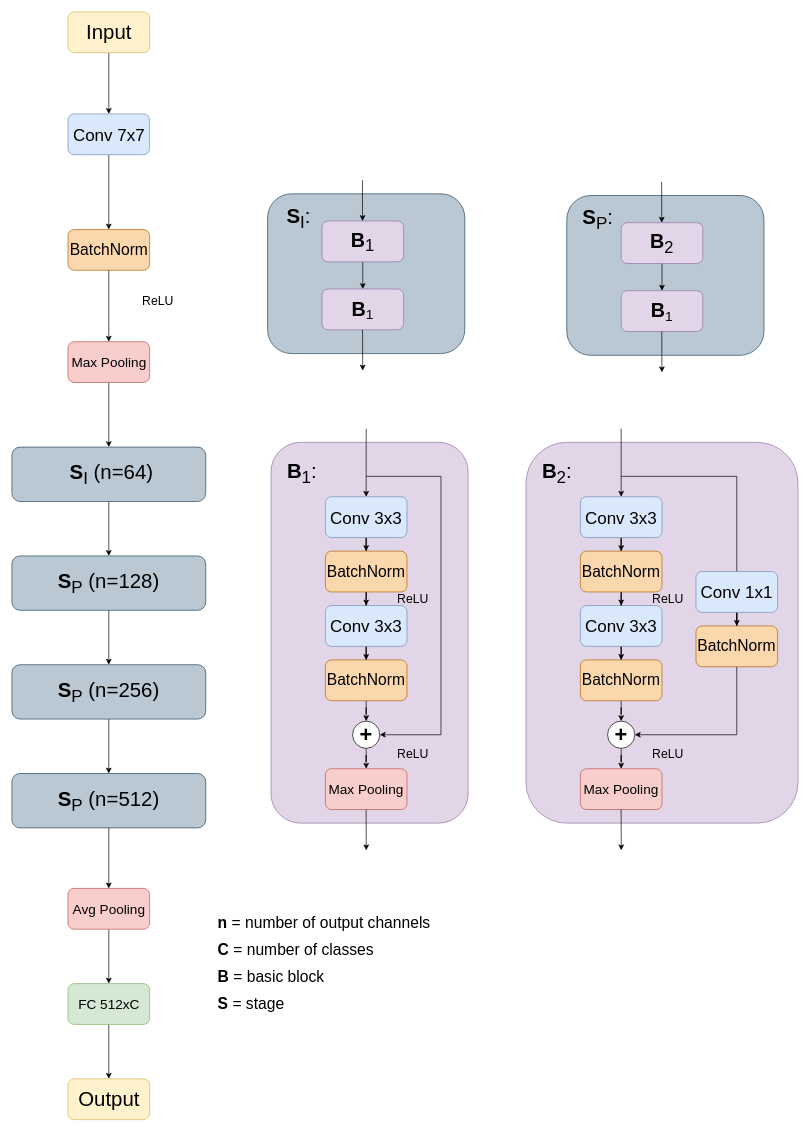
Above: page "ResNet18" (7 of 9) of chapter_dlo/assets/dlo_schemes_drawio.drawio in N0ciple/latex-these (draw.io), before the change. Source tidied: cells renumbered, new cells numbered last; positions are measured from the earlier drawing's top-left corner, leaving out a move shared by most shapes. Both pictures are drawn from the tidied source at 68%, with x=0, y=0 at pixel (12, 12).
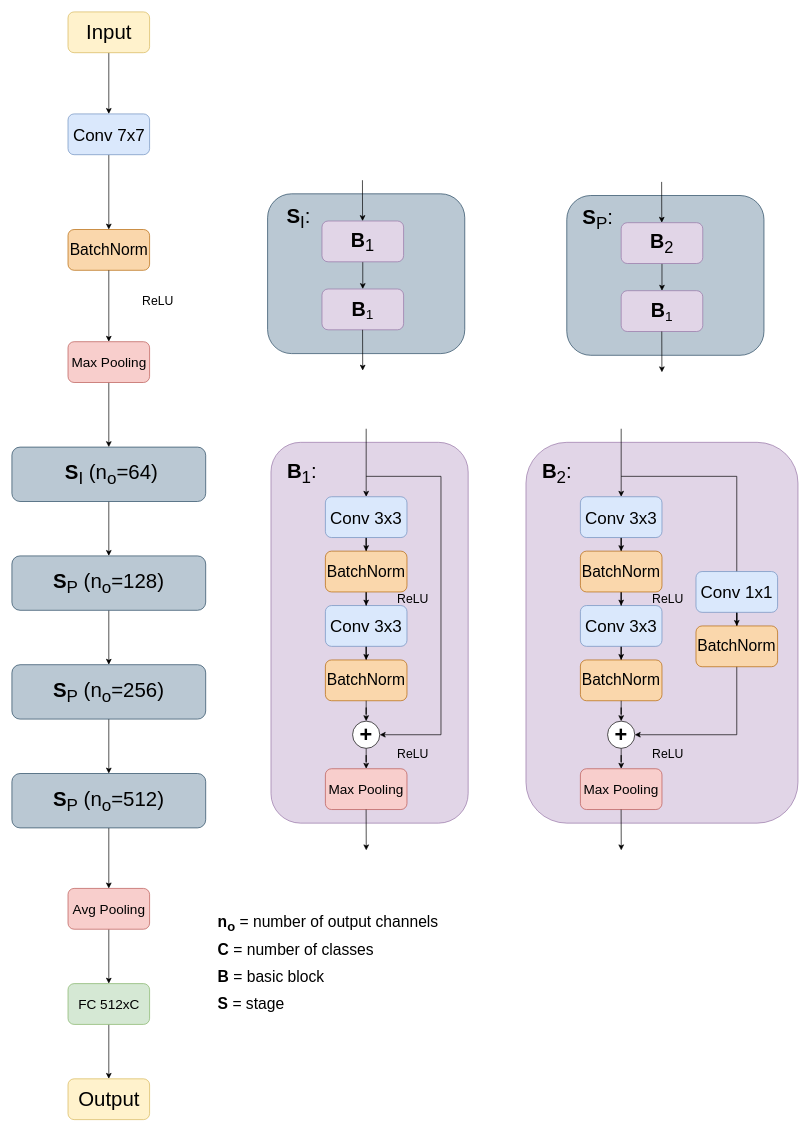
Above is the later version.

Commit message (it also covers changes not shown here):
update scheme notations (n_o=number of channels)

What changed in the source:
```diff
@@
-    <mxCell id="28" value="&lt;font style=&quot;&quot;&gt;&lt;span style=&quot;font-size: 30px;&quot;&gt;&lt;b&gt;&amp;nbsp;S&lt;/b&gt;&lt;sub&gt;I&lt;/sub&gt;&lt;b&gt;&amp;nbsp;&lt;/b&gt;(n=64)&lt;/span&gt;&lt;/font&gt;" style="rounded=1;whiteSpace=wrap;html=1;fillColor=#bac8d3;strokeColor=#23445d;" parent="1" vertex="1">
+    <mxCell id="28" value="&lt;font style=&quot;&quot;&gt;&lt;span style=&quot;font-size: 30px;&quot;&gt;&lt;b&gt;&amp;nbsp;S&lt;/b&gt;&lt;sub&gt;I&lt;/sub&gt;&lt;b&gt;&amp;nbsp;&lt;/b&gt;(n&lt;sub&gt;o&lt;/sub&gt;=64)&lt;/span&gt;&lt;/font&gt;" style="rounded=1;whiteSpace=wrap;html=1;fillColor=#bac8d3;strokeColor=#23445d;" parent="1" vertex="1">
       <mxGeometry y="640" width="285" height="80" as="geometry" />
     </mxCell>
@@
-    <mxCell id="30" value="&lt;font style=&quot;&quot;&gt;&lt;span style=&quot;font-size: 30px;&quot;&gt;&lt;b&gt;S&lt;/b&gt;&lt;sub&gt;P&lt;/sub&gt; (n=128)&lt;/span&gt;&lt;/font&gt;" style="rounded=1;whiteSpace=wrap;html=1;fillColor=#bac8d3;strokeColor=#23445d;" parent="1" vertex="1">
+    <mxCell id="30" value="&lt;font style=&quot;&quot;&gt;&lt;span style=&quot;font-size: 30px;&quot;&gt;&lt;b&gt;S&lt;/b&gt;&lt;sub&gt;P&lt;/sub&gt; (n&lt;sub&gt;o&lt;/sub&gt;=128)&lt;/span&gt;&lt;/font&gt;" style="rounded=1;whiteSpace=wrap;html=1;fillColor=#bac8d3;strokeColor=#23445d;" parent="1" vertex="1">
       <mxGeometry y="800" width="285" height="80" as="geometry" />
     </mxCell>
@@
-    <mxCell id="32" value="&lt;font style=&quot;&quot;&gt;&lt;span style=&quot;font-size: 30px;&quot;&gt;&lt;b&gt;S&lt;/b&gt;&lt;sub&gt;P&lt;/sub&gt; (n=256)&lt;/span&gt;&lt;/font&gt;" style="rounded=1;whiteSpace=wrap;html=1;fillColor=#bac8d3;strokeColor=#23445d;" parent="1" vertex="1">
+    <mxCell id="32" value="&lt;font style=&quot;&quot;&gt;&lt;span style=&quot;font-size: 30px;&quot;&gt;&lt;b&gt;S&lt;/b&gt;&lt;sub&gt;P&lt;/sub&gt; (n&lt;sub&gt;o&lt;/sub&gt;=256)&lt;/span&gt;&lt;/font&gt;" style="rounded=1;whiteSpace=wrap;html=1;fillColor=#bac8d3;strokeColor=#23445d;" parent="1" vertex="1">
       <mxGeometry y="960" width="285" height="80" as="geometry" />
     </mxCell>
@@
-    <mxCell id="45" value="&lt;font style=&quot;font-size: 23px;&quot;&gt;&lt;b&gt;n&lt;/b&gt; = number of output channels&lt;/font&gt;" style="text;html=1;strokeColor=none;fillColor=none;align=left;verticalAlign=middle;whiteSpace=wrap;rounded=0;" parent="1" vertex="1">
-      <mxGeometry x="301" y="1320" width="320" height="40" as="geometry" />
+    <mxCell id="45" value="&lt;font style=&quot;font-size: 23px;&quot;&gt;&lt;b&gt;n&lt;sub&gt;o&lt;/sub&gt;&lt;/b&gt; = number of output channels&lt;/font&gt;" style="text;html=1;strokeColor=none;fillColor=none;align=left;verticalAlign=middle;whiteSpace=wrap;rounded=0;" parent="1" vertex="1">
+      <mxGeometry x="301" y="1320" width="350" height="40" as="geometry" />
     </mxCell>
@@
-    <mxCell id="73" value="&lt;font style=&quot;&quot;&gt;&lt;span style=&quot;font-size: 30px;&quot;&gt;&lt;b&gt;S&lt;/b&gt;&lt;sub&gt;P&lt;/sub&gt; (n=512)&lt;/span&gt;&lt;/font&gt;" style="rounded=1;whiteSpace=wrap;html=1;fillColor=#bac8d3;strokeColor=#23445d;" parent="1" vertex="1">
+    <mxCell id="73" value="&lt;font style=&quot;&quot;&gt;&lt;span style=&quot;font-size: 30px;&quot;&gt;&lt;b&gt;S&lt;/b&gt;&lt;sub&gt;P&lt;/sub&gt; (n&lt;sub&gt;o&lt;/sub&gt;=512)&lt;/span&gt;&lt;/font&gt;" style="rounded=1;whiteSpace=wrap;html=1;fillColor=#bac8d3;strokeColor=#23445d;" parent="1" vertex="1">
       <mxGeometry y="1120" width="285" height="80" as="geometry" />
     </mxCell>
```
